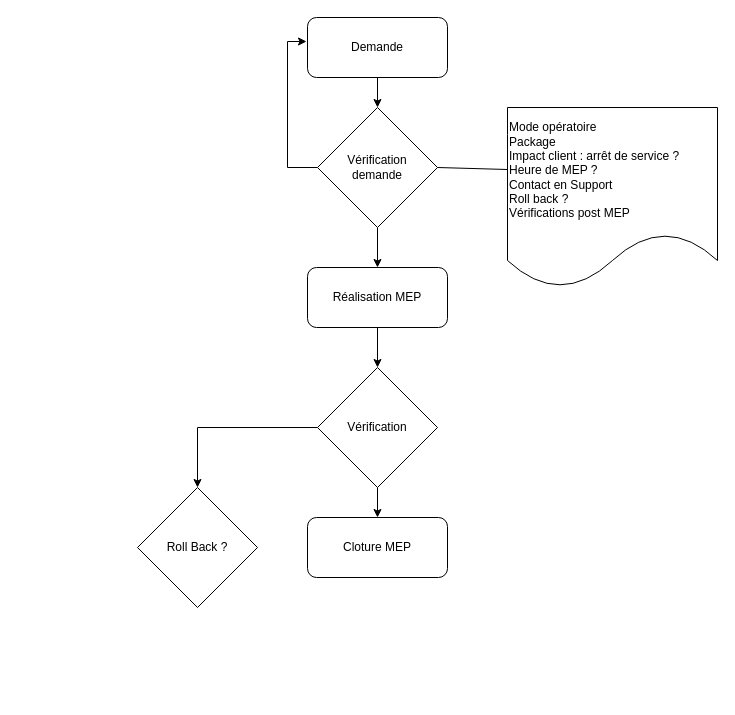
cyrillegillet/process keeps this draw.io diagram as Untitled Diagram.drawio. Above is the earlier version. Source tidied: cells renumbered, new cells numbered last; positions are measured from the earlier drawing's top-left corner, leaving out a move shared by most shapes. Both pictures are drawn from the tidied source at 100%, with x=0, y=0 at pixel (137, 17).
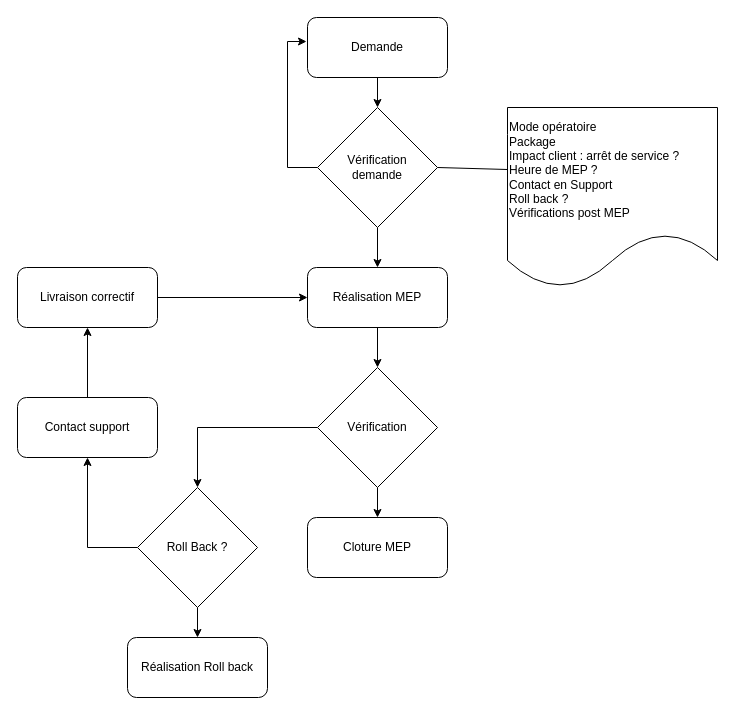
The same page after the edit.

Commit message:
Process_MEP

Unchanged cells that the change refers to:
```xml
<mxCell id="10" value="Réalisation MEP" style="rounded=1;whiteSpace=wrap;html=1;" parent="1" vertex="1">
  <mxGeometry x="170" y="250" width="140" height="60" as="geometry" />
</mxCell>
<mxCell id="14" value="Roll Back ?" style="rhombus;whiteSpace=wrap;html=1;" parent="1" vertex="1">
  <mxGeometry y="470" width="120" height="120" as="geometry" />
</mxCell>
```

The edit, as a diff of the source:
```diff
@@
+    <mxCell id="16" style="edgeStyle=none;rounded=0;jettySize=auto;html=1;exitX=0.5;exitY=1;exitDx=0;exitDy=0;entryX=0.5;entryY=0;entryDx=0;entryDy=0;endArrow=classic;endFill=1;" parent="1" edge="1" source="14" target="18">
+      <mxGeometry relative="1" as="geometry" />
+    </mxCell>
+    <mxCell id="17" style="edgeStyle=none;rounded=0;jettySize=auto;html=1;exitX=0;exitY=0.5;exitDx=0;exitDy=0;entryX=0.5;entryY=1;entryDx=0;entryDy=0;endArrow=classic;endFill=1;" parent="1" edge="1" source="14" target="20">
+      <mxGeometry relative="1" as="geometry">
+        <Array as="points">
+          <mxPoint x="-50" y="530" />
+        </Array>
+      </mxGeometry>
+    </mxCell>
@@
+    <mxCell id="18" value="Réalisation Roll back" style="rounded=1;whiteSpace=wrap;html=1;" parent="1" vertex="1">
+      <mxGeometry x="-10" y="620" width="140" height="60" as="geometry" />
+    </mxCell>
+    <mxCell id="19" style="edgeStyle=none;rounded=0;jettySize=auto;html=1;exitX=0.5;exitY=0;exitDx=0;exitDy=0;entryX=0.5;entryY=1;entryDx=0;entryDy=0;endArrow=classic;endFill=1;" parent="1" edge="1" source="20" target="22">
+      <mxGeometry relative="1" as="geometry" />
+    </mxCell>
+    <mxCell id="20" value="Contact support" style="rounded=1;whiteSpace=wrap;html=1;" parent="1" vertex="1">
+      <mxGeometry x="-120" y="380" width="140" height="60" as="geometry" />
+    </mxCell>
+    <mxCell id="21" style="edgeStyle=none;rounded=0;jettySize=auto;html=1;exitX=1;exitY=0.5;exitDx=0;exitDy=0;entryX=0;entryY=0.5;entryDx=0;entryDy=0;endArrow=classic;endFill=1;" parent="1" edge="1" source="22" target="10">
+      <mxGeometry relative="1" as="geometry" />
+    </mxCell>
+    <mxCell id="22" value="Livraison correctif" style="rounded=1;whiteSpace=wrap;html=1;" parent="1" vertex="1">
+      <mxGeometry x="-120" y="250" width="140" height="60" as="geometry" />
+    </mxCell>
```
